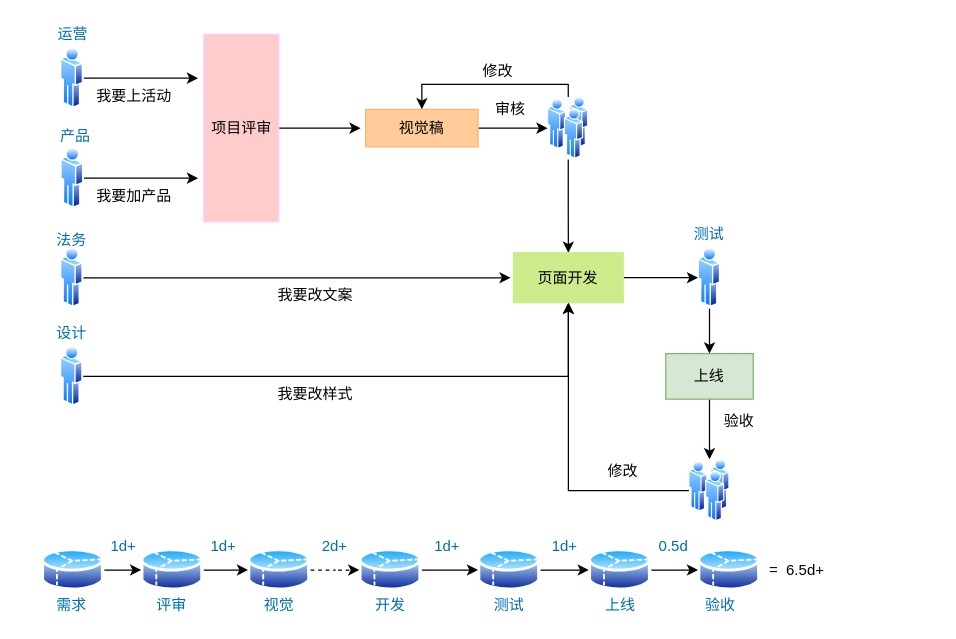
Above: page "配置平台2" (6 of 6) of Untitled Diagram.drawio in zyx1992/hexoDocs (draw.io), before the change. Source tidied: cells renumbered, new cells numbered last; positions are measured from the earlier drawing's top-left corner, leaving out a move shared by most shapes. Both pictures are drawn from the tidied source at 125%, with x=0, y=0 at pixel (21, 21).
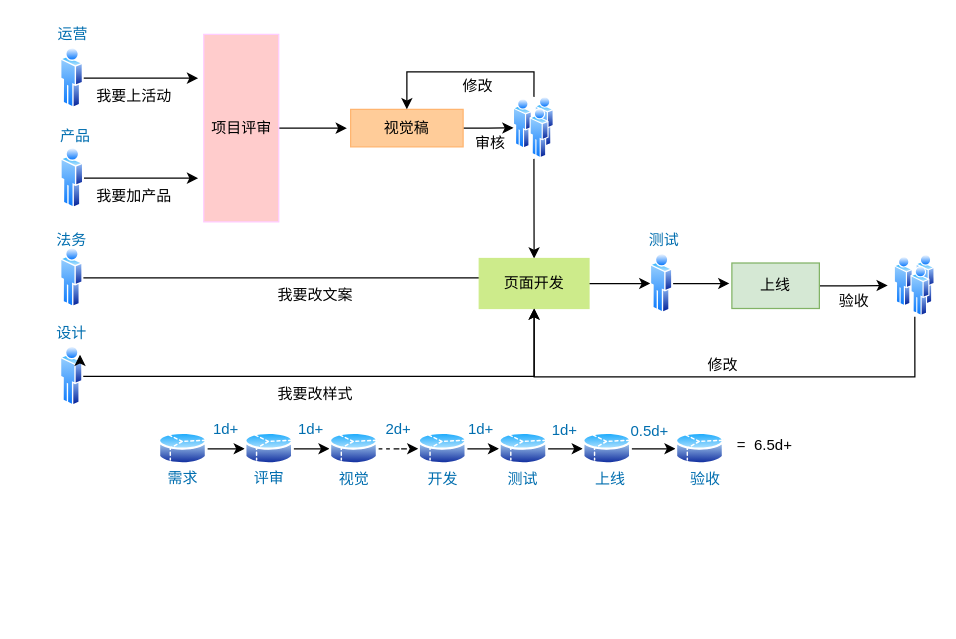
Above is the later version.

The change refers to these unchanged cells:
```xml
<mxCell id="13" value="项目评审" style="rounded=0;whiteSpace=wrap;html=1;fillColor=#ffcccc;strokeColor=#FFCCFF;" parent="1" vertex="1">
  <mxGeometry x="145.5" y="10" width="60" height="150" as="geometry" />
</mxCell>
<mxCell id="15" style="perimeter=ellipsePerimeter;html=1;align=center;shadow=0;dashed=0;spacingTop=3;image;image=img/lib/active_directory/user.svg;strokeColor=#FFB570;fontColor=#006EAF;" parent="1" vertex="1">
  <mxGeometry x="30.9" y="258.9" width="18.2" height="49.3" as="geometry" />
</mxCell>
```

Change to the diagram source:
```diff
@@
     <mxCell id="12" style="edgeStyle=orthogonalEdgeStyle;rounded=0;jettySize=auto;html=1;fontColor=#006EAF;" parent="1" edge="1" source="13">
       <mxGeometry relative="1" as="geometry">
-        <mxPoint x="271" y="85" as="targetPoint" />
+        <mxPoint x="260" y="85" as="targetPoint" />
       </mxGeometry>
     </mxCell>
@@
     <mxCell id="21" value="视觉稿" style="rounded=0;whiteSpace=wrap;html=1;fillColor=#ffcc99;strokeColor=#FFB570;" parent="1" vertex="1">
-      <mxGeometry x="275" y="70" width="90" height="30" as="geometry" />
+      <mxGeometry x="263" y="70" width="90" height="30" as="geometry" />
     </mxCell>
+    <mxCell id="23" style="edgeStyle=orthogonalEdgeStyle;rounded=0;jettySize=auto;html=1;entryX=0.5;entryY=0;entryDx=0;entryDy=0;fontColor=#006EAF;" parent="1" edge="1" source="24" target="27">
+      <mxGeometry relative="1" as="geometry" />
+    </mxCell>
-    <mxCell id="22" style="edgeStyle=orthogonalEdgeStyle;rounded=0;jettySize=auto;html=1;entryX=0.5;entryY=0;entryDx=0;entryDy=0;fontColor=#006EAF;" parent="1" edge="1" source="24" target="21">
-      <mxGeometry relative="1" as="geometry">
-        <Array as="points">
-          <mxPoint x="438" y="50" />
-          <mxPoint x="320" y="50" />
-        </Array>
-      </mxGeometry>
+    <mxCell id="22" style="edgeStyle=orthogonalEdgeStyle;rounded=0;jettySize=auto;html=1;entryX=0.5;entryY=0;entryDx=0;entryDy=0;fontColor=#000000;exitX=0.5;exitY=0;exitDx=0;exitDy=0;" parent="1" edge="1" source="24" target="21">
+      <mxGeometry relative="1" as="geometry" />
     </mxCell>
-    <mxCell id="23" style="edgeStyle=orthogonalEdgeStyle;rounded=0;jettySize=auto;html=1;entryX=0.5;entryY=0;entryDx=0;entryDy=0;fontColor=#006EAF;" parent="1" edge="1" source="24" target="27">
-      <mxGeometry relative="1" as="geometry" />
-    </mxCell>
     <mxCell id="24" style="perimeter=ellipsePerimeter;html=1;align=center;shadow=0;dashed=0;spacingTop=3;image;image=img/lib/active_directory/users.svg;strokeColor=#FFB570;fontColor=#006EAF;" parent="1" vertex="1">
-      <mxGeometry x="420.6" y="60" width="33" height="50" as="geometry" />
+      <mxGeometry x="393.3" y="60" width="32.7" height="49.6" as="geometry" />
     </mxCell>
     <mxCell id="25" value="审核" style="text;html=1;strokeColor=none;fillColor=none;align=center;verticalAlign=middle;whiteSpace=wrap;rounded=0;" parent="1" vertex="1">
-      <mxGeometry x="351" y="60" width="80" height="20" as="geometry" />
+      <mxGeometry x="335" y="87" width="80" height="20" as="geometry" />
     </mxCell>
@@
     <mxCell id="27" value="页面开发" style="rounded=0;whiteSpace=wrap;html=1;fillColor=#cdeb8b;strokeColor=#CDEB8B;" parent="1" vertex="1">
-      <mxGeometry x="393.3" y="184.7" width="87.8" height="40" as="geometry" />
+      <mxGeometry x="365.9" y="189.3" width="87.8" height="40" as="geometry" />
     </mxCell>
     <mxCell id="28" value="修改" style="text;html=1;strokeColor=none;fillColor=none;align=center;verticalAlign=middle;whiteSpace=wrap;rounded=0;" parent="1" vertex="1">
-      <mxGeometry x="341" y="30" width="80" height="20" as="geometry" />
+      <mxGeometry x="325" y="42" width="80" height="20" as="geometry" />
     </mxCell>
-    <mxCell id="29" style="edgeStyle=orthogonalEdgeStyle;rounded=0;jettySize=auto;html=1;entryX=0.5;entryY=0;entryDx=0;entryDy=0;fontColor=#006EAF;" parent="1" edge="1" source="30" target="32">
-      <mxGeometry relative="1" as="geometry" />
-    </mxCell>
+    <mxCell id="66" style="edgeStyle=orthogonalEdgeStyle;rounded=0;jettySize=auto;html=1;fontColor=#000000;" parent="1" edge="1" source="30">
+      <mxGeometry relative="1" as="geometry">
+        <mxPoint x="566" y="209.3" as="targetPoint" />
+      </mxGeometry>
+    </mxCell>
     <mxCell id="30" style="perimeter=ellipsePerimeter;html=1;align=center;shadow=0;dashed=0;spacingTop=3;image;image=img/lib/active_directory/user.svg;strokeColor=#FFB570;fontColor=#006EAF;" parent="1" vertex="1">
-      <mxGeometry x="541" y="180" width="18.2" height="49.3" as="geometry" />
+      <mxGeometry x="502.8" y="184.7" width="18.2" height="49.3" as="geometry" />
     </mxCell>
-    <mxCell id="31" style="edgeStyle=orthogonalEdgeStyle;rounded=0;jettySize=auto;html=1;entryX=0.5;entryY=0;entryDx=0;entryDy=0;fontColor=#006EAF;" parent="1" edge="1" source="32" target="34">
-      <mxGeometry relative="1" as="geometry" />
-    </mxCell>
+    <mxCell id="67" style="edgeStyle=orthogonalEdgeStyle;rounded=0;jettySize=auto;html=1;entryX=0;entryY=0.25;entryDx=0;entryDy=0;fontColor=#000000;" parent="1" edge="1" source="32">
+      <mxGeometry relative="1" as="geometry">
+        <mxPoint x="692.7" y="210.9" as="targetPoint" />
+      </mxGeometry>
+    </mxCell>
     <mxCell id="32" value="上线" style="rounded=0;whiteSpace=wrap;html=1;fillColor=#d5e8d4;strokeColor=#82b366;" parent="1" vertex="1">
-      <mxGeometry x="515.1" y="265.4" width="70" height="36.4" as="geometry" />
+      <mxGeometry x="568" y="192.9" width="70" height="36.4" as="geometry" />
     </mxCell>
-    <mxCell id="33" style="edgeStyle=orthogonalEdgeStyle;rounded=0;jettySize=auto;html=1;entryX=0.5;entryY=1;entryDx=0;entryDy=0;fontColor=#006EAF;" parent="1" edge="1" source="34" target="27">
-      <mxGeometry relative="1" as="geometry" />
-    </mxCell>
-    <mxCell id="34" style="perimeter=ellipsePerimeter;html=1;align=center;shadow=0;dashed=0;spacingTop=3;image;image=img/lib/active_directory/users.svg;strokeColor=#FFB570;fontColor=#006EAF;" parent="1" vertex="1">
-      <mxGeometry x="533.6" y="350" width="33" height="50" as="geometry" />
-    </mxCell>
     <mxCell id="35" value="测试" style="text;html=1;strokeColor=none;fillColor=none;align=center;verticalAlign=middle;whiteSpace=wrap;rounded=0;fontColor=#006EAF;" parent="1" vertex="1">
-      <mxGeometry x="530.1" y="160" width="40" height="20" as="geometry" />
+      <mxGeometry x="493.6" y="164.7" width="40" height="20" as="geometry" />
     </mxCell>
     <mxCell id="36" value="修改" style="text;html=1;strokeColor=none;fillColor=none;align=center;verticalAlign=middle;whiteSpace=wrap;rounded=0;" parent="1" vertex="1">
-      <mxGeometry x="441" y="350" width="80" height="20" as="geometry" />
+      <mxGeometry x="521" y="265" width="80" height="20" as="geometry" />
     </mxCell>
     <mxCell id="37" value="验收" style="text;html=1;strokeColor=none;fillColor=none;align=center;verticalAlign=middle;whiteSpace=wrap;rounded=0;" parent="1" vertex="1">
-      <mxGeometry x="533.6" y="310" width="80" height="20" as="geometry" />
+      <mxGeometry x="626" y="214" width="80" height="20" as="geometry" />
     </mxCell>
-    <mxCell id="38" style="edgeStyle=orthogonalEdgeStyle;rounded=0;jettySize=auto;html=1;entryX=0;entryY=0.5;entryDx=0;entryDy=0;fontColor=#006EAF;" parent="1" edge="1" source="39" target="41">
-      <mxGeometry relative="1" as="geometry" />
-    </mxCell>
+    <mxCell id="68" style="edgeStyle=orthogonalEdgeStyle;rounded=0;jettySize=auto;html=1;entryX=0;entryY=0.5;entryDx=0;entryDy=0;fontColor=#000000;" parent="1" edge="1" source="39" target="71">
+      <mxGeometry relative="1" as="geometry" />
+    </mxCell>
     <mxCell id="39" style="perimeter=ellipsePerimeter;html=1;align=center;shadow=0;dashed=0;spacingTop=3;image;image=img/lib/active_directory/database_partition_3.svg;strokeColor=#FFB570;fontColor=#006EAF;" parent="1" vertex="1">
-      <mxGeometry x="16" y="420" width="50" height="37" as="geometry" />
+      <mxGeometry x="109.4" y="327" width="39.2" height="29" as="geometry" />
     </mxCell>
-    <mxCell id="40" style="edgeStyle=orthogonalEdgeStyle;rounded=0;jettySize=auto;html=1;entryX=0;entryY=0.5;entryDx=0;entryDy=0;fontColor=#006EAF;" parent="1" edge="1" source="41" target="43">
-      <mxGeometry relative="1" as="geometry" />
-    </mxCell>
-    <mxCell id="41" style="perimeter=ellipsePerimeter;html=1;align=center;shadow=0;dashed=0;spacingTop=3;image;image=img/lib/active_directory/database_partition_3.svg;strokeColor=#FFB570;fontColor=#006EAF;" parent="1" vertex="1">
-      <mxGeometry x="95.5" y="420" width="50" height="37" as="geometry" />
-    </mxCell>
-    <mxCell id="42" style="edgeStyle=orthogonalEdgeStyle;rounded=0;jettySize=auto;html=1;entryX=0;entryY=0.5;entryDx=0;entryDy=0;fontColor=#006EAF;dashed=1;" parent="1" edge="1" source="43" target="50">
-      <mxGeometry relative="1" as="geometry" />
+    <mxCell id="42" style="edgeStyle=orthogonalEdgeStyle;rounded=0;orthogonalLoop=1;jettySize=auto;html=1;entryX=0;entryY=0.5;entryDx=0;entryDy=0;fontColor=#006EAF;dashed=1;" parent="1" edge="1">
+      <mxGeometry relative="1" as="geometry">
+        <mxPoint x="231" y="438.5" as="sourcePoint" />
+      </mxGeometry>
     </mxCell>
-    <mxCell id="43" style="perimeter=ellipsePerimeter;html=1;align=center;shadow=0;dashed=0;spacingTop=3;image;image=img/lib/active_directory/database_partition_3.svg;strokeColor=#FFB570;fontColor=#006EAF;" parent="1" vertex="1">
-      <mxGeometry x="181" y="420" width="50" height="37" as="geometry" />
-    </mxCell>
     <mxCell id="44" value="需求" style="text;html=1;strokeColor=none;fillColor=none;align=center;verticalAlign=middle;whiteSpace=wrap;rounded=0;fontColor=#006EAF;" parent="1" vertex="1">
-      <mxGeometry y="457" width="80" height="20" as="geometry" />
+      <mxGeometry x="89" y="355" width="80" height="20" as="geometry" />
     </mxCell>
     <mxCell id="45" value="评审" style="text;html=1;strokeColor=none;fillColor=none;align=center;verticalAlign=middle;whiteSpace=wrap;rounded=0;fontColor=#006EAF;" parent="1" vertex="1">
-      <mxGeometry x="80" y="457" width="80" height="20" as="geometry" />
+      <mxGeometry x="158" y="355" width="80" height="20" as="geometry" />
     </mxCell>
     <mxCell id="46" value="1d+" style="text;html=1;align=center;verticalAlign=middle;fontColor=#006EAF;" parent="1" vertex="1">
-      <mxGeometry x="60.5" y="410" width="40" height="20" as="geometry" />
+      <mxGeometry x="142.5" y="316" width="40" height="20" as="geometry" />
     </mxCell>
     <mxCell id="47" value="视觉" style="text;html=1;strokeColor=none;fillColor=none;align=center;verticalAlign=middle;whiteSpace=wrap;rounded=0;fontColor=#006EAF;" parent="1" vertex="1">
-      <mxGeometry x="166" y="457" width="80" height="20" as="geometry" />
+      <mxGeometry x="225.8" y="356" width="80" height="20" as="geometry" />
     </mxCell>
     <mxCell id="48" value="1d+" style="text;html=1;align=center;verticalAlign=middle;fontColor=#006EAF;" parent="1" vertex="1">
-      <mxGeometry x="141" y="410" width="40" height="20" as="geometry" />
+      <mxGeometry x="211.4" y="316" width="40" height="20" as="geometry" />
     </mxCell>
-    <mxCell id="49" style="edgeStyle=orthogonalEdgeStyle;rounded=0;jettySize=auto;html=1;entryX=0;entryY=0.5;entryDx=0;entryDy=0;fontColor=#006EAF;" parent="1" edge="1" source="50" target="54">
-      <mxGeometry relative="1" as="geometry" />
+    <mxCell id="49" style="edgeStyle=orthogonalEdgeStyle;rounded=0;orthogonalLoop=1;jettySize=auto;html=1;entryX=0;entryY=0.5;entryDx=0;entryDy=0;fontColor=#006EAF;" parent="1" edge="1">
+      <mxGeometry relative="1" as="geometry">
+        <mxPoint x="320" y="438.5" as="sourcePoint" />
+      </mxGeometry>
     </mxCell>
-    <mxCell id="50" style="perimeter=ellipsePerimeter;html=1;align=center;shadow=0;dashed=0;spacingTop=3;image;image=img/lib/active_directory/database_partition_3.svg;strokeColor=#FFB570;fontColor=#006EAF;" parent="1" vertex="1">
-      <mxGeometry x="270" y="420" width="50" height="37" as="geometry" />
-    </mxCell>
     <mxCell id="51" value="开发" style="text;html=1;strokeColor=none;fillColor=none;align=center;verticalAlign=middle;whiteSpace=wrap;rounded=0;fontColor=#006EAF;" parent="1" vertex="1">
-      <mxGeometry x="255" y="457" width="80" height="20" as="geometry" />
+      <mxGeometry x="296.8" y="356" width="80" height="20" as="geometry" />
     </mxCell>
     <mxCell id="52" value="2d+" style="text;html=1;align=center;verticalAlign=middle;fontColor=#006EAF;" parent="1" vertex="1">
-      <mxGeometry x="230" y="410" width="40" height="20" as="geometry" />
+      <mxGeometry x="281.4" y="316" width="40" height="20" as="geometry" />
     </mxCell>
-    <mxCell id="53" style="edgeStyle=orthogonalEdgeStyle;rounded=0;jettySize=auto;html=1;entryX=0;entryY=0.5;entryDx=0;entryDy=0;fontColor=#006EAF;" parent="1" edge="1" source="54" target="58">
-      <mxGeometry relative="1" as="geometry" />
+    <mxCell id="53" style="edgeStyle=orthogonalEdgeStyle;rounded=0;orthogonalLoop=1;jettySize=auto;html=1;entryX=0;entryY=0.5;entryDx=0;entryDy=0;fontColor=#006EAF;" parent="1" edge="1">
+      <mxGeometry relative="1" as="geometry">
+        <mxPoint x="415" y="438.5" as="sourcePoint" />
+      </mxGeometry>
     </mxCell>
-    <mxCell id="54" style="perimeter=ellipsePerimeter;html=1;align=center;shadow=0;dashed=0;spacingTop=3;image;image=img/lib/active_directory/database_partition_3.svg;strokeColor=#FFB570;fontColor=#006EAF;" parent="1" vertex="1">
-      <mxGeometry x="365" y="420" width="50" height="37" as="geometry" />
-    </mxCell>
     <mxCell id="55" value="测试" style="text;html=1;strokeColor=none;fillColor=none;align=center;verticalAlign=middle;whiteSpace=wrap;rounded=0;fontColor=#006EAF;" parent="1" vertex="1">
-      <mxGeometry x="350" y="457" width="80" height="20" as="geometry" />
+      <mxGeometry x="361.4" y="356" width="80" height="20" as="geometry" />
     </mxCell>
-    <mxCell id="56" value="0.5d" style="text;html=1;align=center;verticalAlign=middle;fontColor=#006EAF;" parent="1" vertex="1">
-      <mxGeometry x="501" y="410" width="40" height="20" as="geometry" />
+    <mxCell id="56" value="0.5d+" style="text;html=1;align=center;verticalAlign=middle;fontColor=#006EAF;" parent="1" vertex="1">
+      <mxGeometry x="481.7" y="319" width="40" height="18" as="geometry" />
     </mxCell>
-    <mxCell id="57" style="edgeStyle=orthogonalEdgeStyle;rounded=0;jettySize=auto;html=1;entryX=0;entryY=0.5;entryDx=0;entryDy=0;fontColor=#006EAF;" parent="1" edge="1" source="58" target="59">
-      <mxGeometry relative="1" as="geometry" />
+    <mxCell id="57" style="edgeStyle=orthogonalEdgeStyle;rounded=0;orthogonalLoop=1;jettySize=auto;html=1;entryX=0;entryY=0.5;entryDx=0;entryDy=0;fontColor=#006EAF;" parent="1" edge="1">
+      <mxGeometry relative="1" as="geometry">
+        <mxPoint x="503.6" y="438.5" as="sourcePoint" />
+      </mxGeometry>
     </mxCell>
-    <mxCell id="58" style="perimeter=ellipsePerimeter;html=1;align=center;shadow=0;dashed=0;spacingTop=3;image;image=img/lib/active_directory/database_partition_3.svg;strokeColor=#FFB570;fontColor=#006EAF;" parent="1" vertex="1">
-      <mxGeometry x="453.6" y="420" width="50" height="37" as="geometry" />
-    </mxCell>
-    <mxCell id="59" style="perimeter=ellipsePerimeter;html=1;align=center;shadow=0;dashed=0;spacingTop=3;image;image=img/lib/active_directory/database_partition_3.svg;strokeColor=#FFB570;fontColor=#006EAF;" parent="1" vertex="1">
-      <mxGeometry x="541" y="420" width="50" height="37" as="geometry" />
-    </mxCell>
     <mxCell id="60" value="上线" style="text;html=1;strokeColor=none;fillColor=none;align=center;verticalAlign=middle;whiteSpace=wrap;rounded=0;fontColor=#006EAF;" parent="1" vertex="1">
-      <mxGeometry x="438.6" y="457" width="80" height="20" as="geometry" />
+      <mxGeometry x="431.4" y="356" width="80" height="20" as="geometry" />
     </mxCell>
     <mxCell id="61" value="验收" style="text;html=1;strokeColor=none;fillColor=none;align=center;verticalAlign=middle;whiteSpace=wrap;rounded=0;fontColor=#006EAF;" parent="1" vertex="1">
-      <mxGeometry x="518.6" y="457" width="80" height="20" as="geometry" />
+      <mxGeometry x="507" y="356" width="80" height="20" as="geometry" />
     </mxCell>
     <mxCell id="62" value="1d+" style="text;html=1;align=center;verticalAlign=middle;fontColor=#006EAF;" parent="1" vertex="1">
-      <mxGeometry x="325" y="411" width="30" height="18" as="geometry" />
+      <mxGeometry x="351.8" y="317" width="30" height="18" as="geometry" />
     </mxCell>
     <mxCell id="63" value="1d+" style="text;html=1;align=center;verticalAlign=middle;fontColor=#006EAF;" parent="1" vertex="1">
-      <mxGeometry x="413.6" y="410" width="40" height="20" as="geometry" />
+      <mxGeometry x="414.4" y="317" width="40" height="20" as="geometry" />
     </mxCell>
@@
-    <mxCell id="65" value="&amp;nbsp;=&amp;nbsp; 6.5d+" style="text;html=1;align=center;verticalAlign=middle;fontColor=#000000;" parent="1" vertex="1">
-      <mxGeometry x="589" y="430" width="57" height="18" as="geometry" />
+    <mxCell id="65" value="=&amp;nbsp; 6.5d+" style="text;html=1;align=center;verticalAlign=middle;fontColor=#000000;" parent="1" vertex="1">
+      <mxGeometry x="566.8" y="330" width="54" height="18" as="geometry" />
     </mxCell>
+    <mxCell id="69" style="edgeStyle=orthogonalEdgeStyle;rounded=0;orthogonalLoop=1;jettySize=auto;html=1;exitX=0.5;exitY=1;exitDx=0;exitDy=0;fontColor=#000000;" parent="1" edge="1" source="44" target="44">
+      <mxGeometry relative="1" as="geometry" />
+    </mxCell>
+    <mxCell id="70" style="edgeStyle=orthogonalEdgeStyle;rounded=0;jettySize=auto;html=1;entryX=0;entryY=0.5;entryDx=0;entryDy=0;fontColor=#000000;" parent="1" edge="1" source="71" target="73">
+      <mxGeometry relative="1" as="geometry" />
+    </mxCell>
+    <mxCell id="71" style="perimeter=ellipsePerimeter;html=1;align=center;shadow=0;dashed=0;spacingTop=3;image;image=img/lib/active_directory/database_partition_3.svg;strokeColor=#FFB570;fontColor=#006EAF;" parent="1" vertex="1">
+      <mxGeometry x="178.4" y="327" width="39.2" height="29" as="geometry" />
+    </mxCell>
+    <mxCell id="72" style="edgeStyle=orthogonalEdgeStyle;rounded=0;jettySize=auto;html=1;entryX=0;entryY=0.5;entryDx=0;entryDy=0;fontColor=#000000;dashed=1;" parent="1" edge="1" source="73" target="75">
+      <mxGeometry relative="1" as="geometry" />
+    </mxCell>
+    <mxCell id="73" style="perimeter=ellipsePerimeter;html=1;align=center;shadow=0;dashed=0;spacingTop=3;image;image=img/lib/active_directory/database_partition_3.svg;strokeColor=#FFB570;fontColor=#006EAF;" parent="1" vertex="1">
+      <mxGeometry x="246.2" y="327" width="39.2" height="29" as="geometry" />
+    </mxCell>
+    <mxCell id="74" style="edgeStyle=orthogonalEdgeStyle;rounded=0;jettySize=auto;html=1;entryX=0;entryY=0.5;entryDx=0;entryDy=0;fontColor=#000000;" parent="1" edge="1" source="75" target="77">
+      <mxGeometry relative="1" as="geometry" />
+    </mxCell>
+    <mxCell id="75" style="perimeter=ellipsePerimeter;html=1;align=center;shadow=0;dashed=0;spacingTop=3;image;image=img/lib/active_directory/database_partition_3.svg;strokeColor=#FFB570;fontColor=#006EAF;" parent="1" vertex="1">
+      <mxGeometry x="317.2" y="327" width="39.2" height="29" as="geometry" />
+    </mxCell>
+    <mxCell id="76" style="edgeStyle=orthogonalEdgeStyle;rounded=0;jettySize=auto;html=1;entryX=0;entryY=0.5;entryDx=0;entryDy=0;fontColor=#000000;" parent="1" edge="1" source="77" target="79">
+      <mxGeometry relative="1" as="geometry" />
+    </mxCell>
+    <mxCell id="77" style="perimeter=ellipsePerimeter;html=1;align=center;shadow=0;dashed=0;spacingTop=3;image;image=img/lib/active_directory/database_partition_3.svg;strokeColor=#FFB570;fontColor=#006EAF;" parent="1" vertex="1">
+      <mxGeometry x="381.8" y="327" width="39.2" height="29" as="geometry" />
+    </mxCell>
+    <mxCell id="78" style="edgeStyle=orthogonalEdgeStyle;rounded=0;jettySize=auto;html=1;entryX=0;entryY=0.5;entryDx=0;entryDy=0;fontColor=#000000;" parent="1" edge="1" source="79" target="80">
+      <mxGeometry relative="1" as="geometry" />
+    </mxCell>
+    <mxCell id="79" style="perimeter=ellipsePerimeter;html=1;align=center;shadow=0;dashed=0;spacingTop=3;image;image=img/lib/active_directory/database_partition_3.svg;strokeColor=#FFB570;fontColor=#006EAF;" parent="1" vertex="1">
+      <mxGeometry x="448.8" y="327" width="39.2" height="29" as="geometry" />
+    </mxCell>
+    <mxCell id="80" style="perimeter=ellipsePerimeter;html=1;align=center;shadow=0;dashed=0;spacingTop=3;image;image=img/lib/active_directory/database_partition_3.svg;strokeColor=#FFB570;fontColor=#006EAF;" parent="1" vertex="1">
+      <mxGeometry x="523" y="327" width="39.2" height="29" as="geometry" />
+    </mxCell>
+    <mxCell id="81" style="edgeStyle=orthogonalEdgeStyle;rounded=0;jettySize=auto;html=1;entryX=0.5;entryY=1;entryDx=0;entryDy=0;fontColor=#000000;" parent="1" edge="1" source="82" target="27">
+      <mxGeometry relative="1" as="geometry">
+        <Array as="points">
+          <mxPoint x="714" y="284" />
+          <mxPoint x="410" y="284" />
+        </Array>
+      </mxGeometry>
+    </mxCell>
+    <mxCell id="82" style="perimeter=ellipsePerimeter;html=1;align=center;shadow=0;dashed=0;spacingTop=3;image;image=img/lib/active_directory/users.svg;strokeColor=#FFB570;fontColor=#006EAF;" parent="1" vertex="1">
+      <mxGeometry x="698" y="186.3" width="32.7" height="49.6" as="geometry" />
+    </mxCell>
+    <mxCell id="83" style="edgeStyle=orthogonalEdgeStyle;rounded=0;orthogonalLoop=1;jettySize=auto;html=1;exitX=1;exitY=0.25;exitDx=0;exitDy=0;entryX=1;entryY=0;entryDx=0;entryDy=0;fontColor=#000000;" parent="1" edge="1" source="15" target="15">
+      <mxGeometry relative="1" as="geometry" />
+    </mxCell>
```
